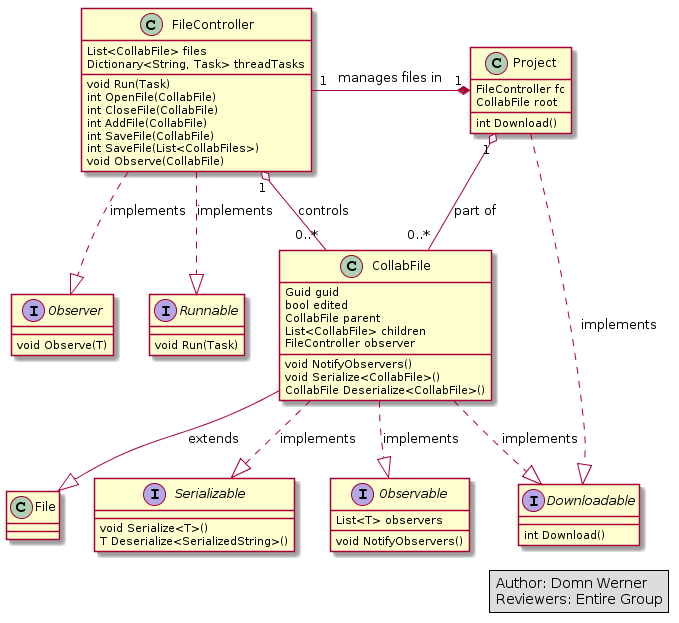
This is doc/SSRS/images/ClassDiagrams/FileManagement.png from cs383-4/sQuire, a PlantUML export, as it was before one commit.
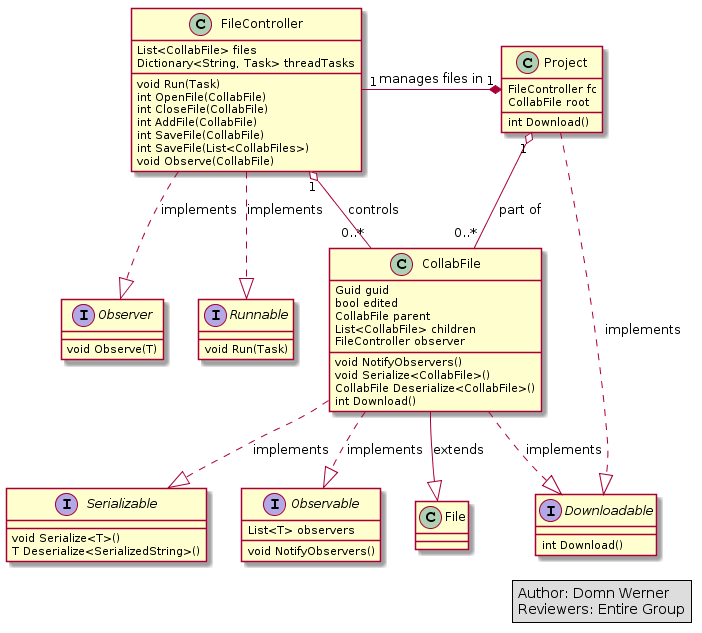
The same file after the commit.

Commit message:
Updated my diagram again because I"m dumb :P

Change to the diagram source:
```diff
@@ -53,6 +53,7 @@
     void NotifyObservers()
     void Serialize<CollabFile>()
     CollabFile Deserialize<CollabFile>()
+    int Download()
 }
 
 CollabFile --|> File : extends
```
